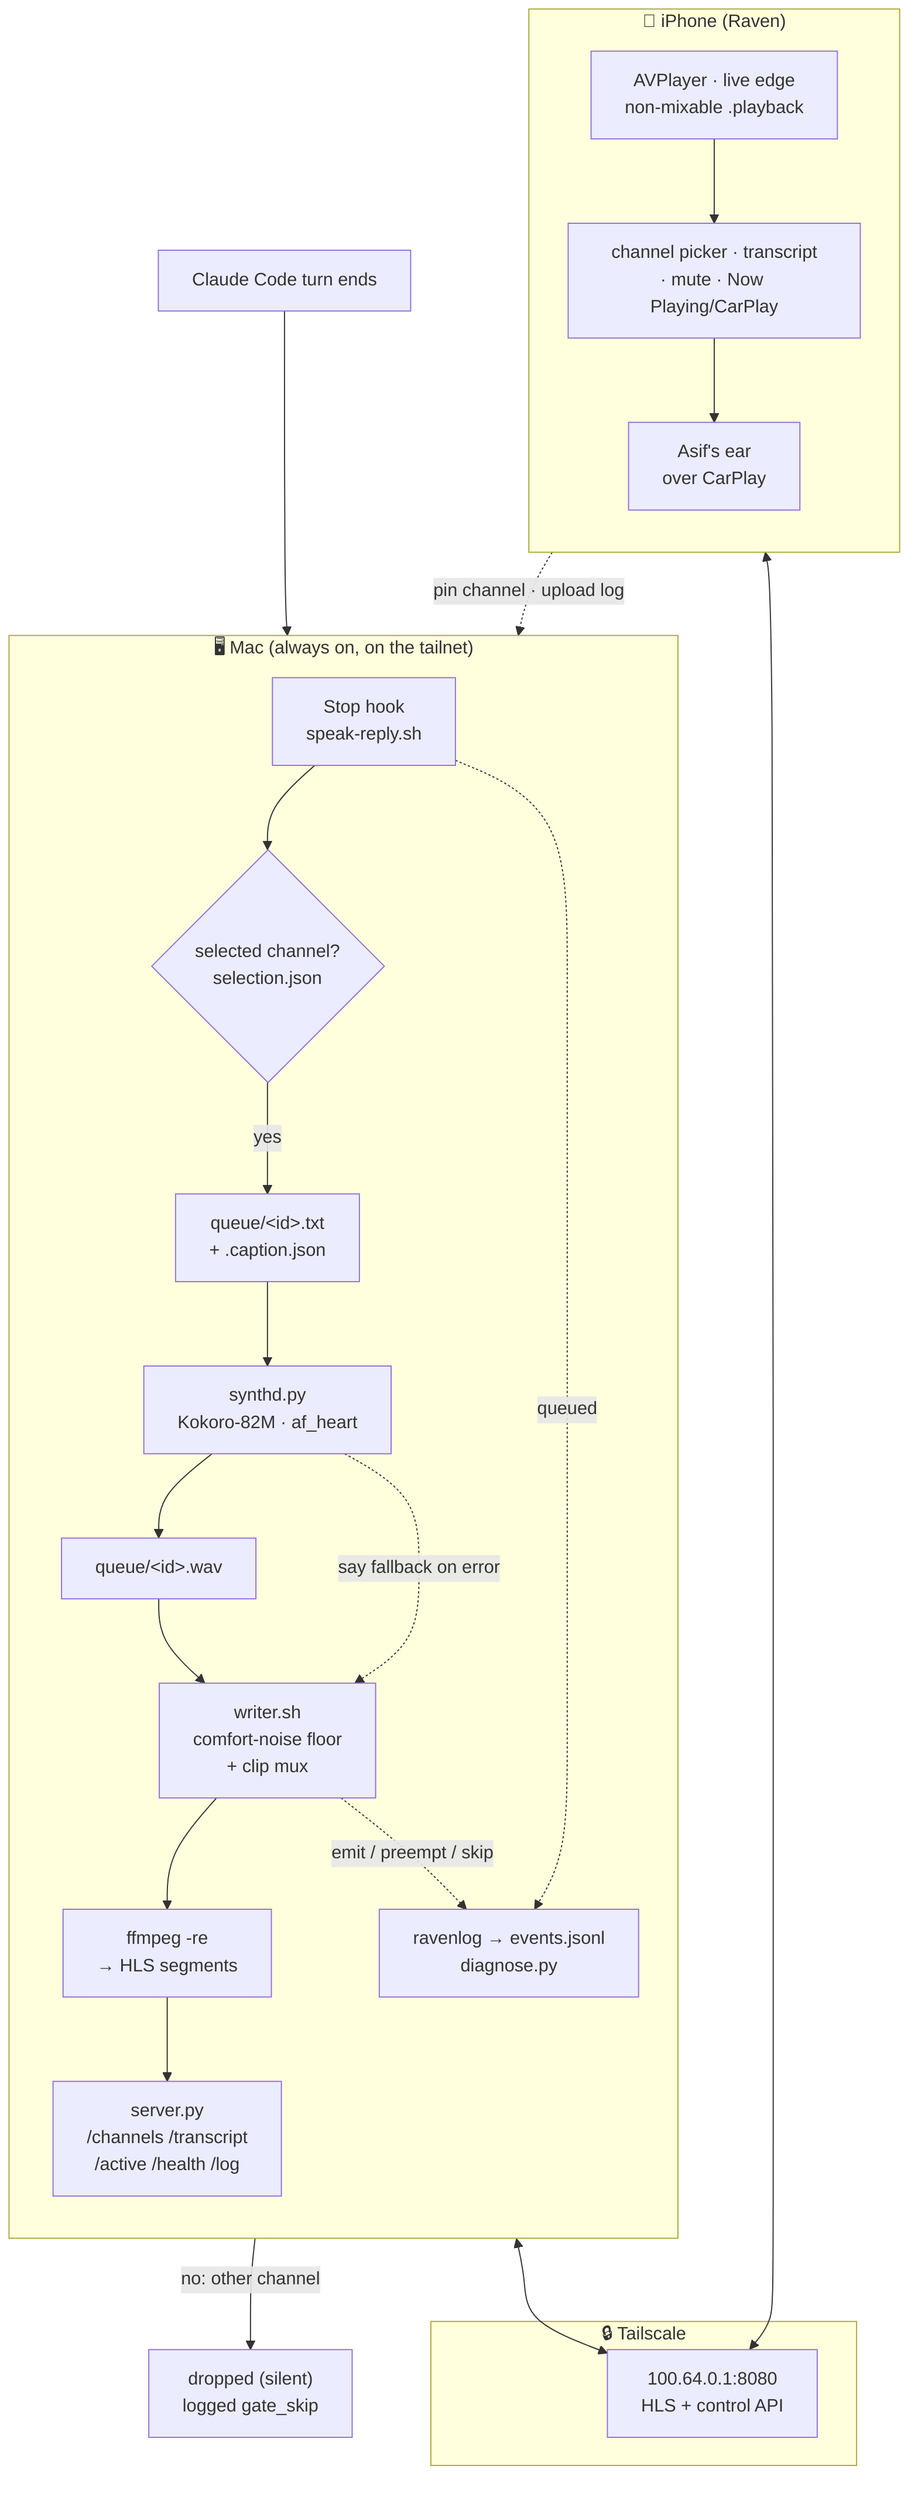
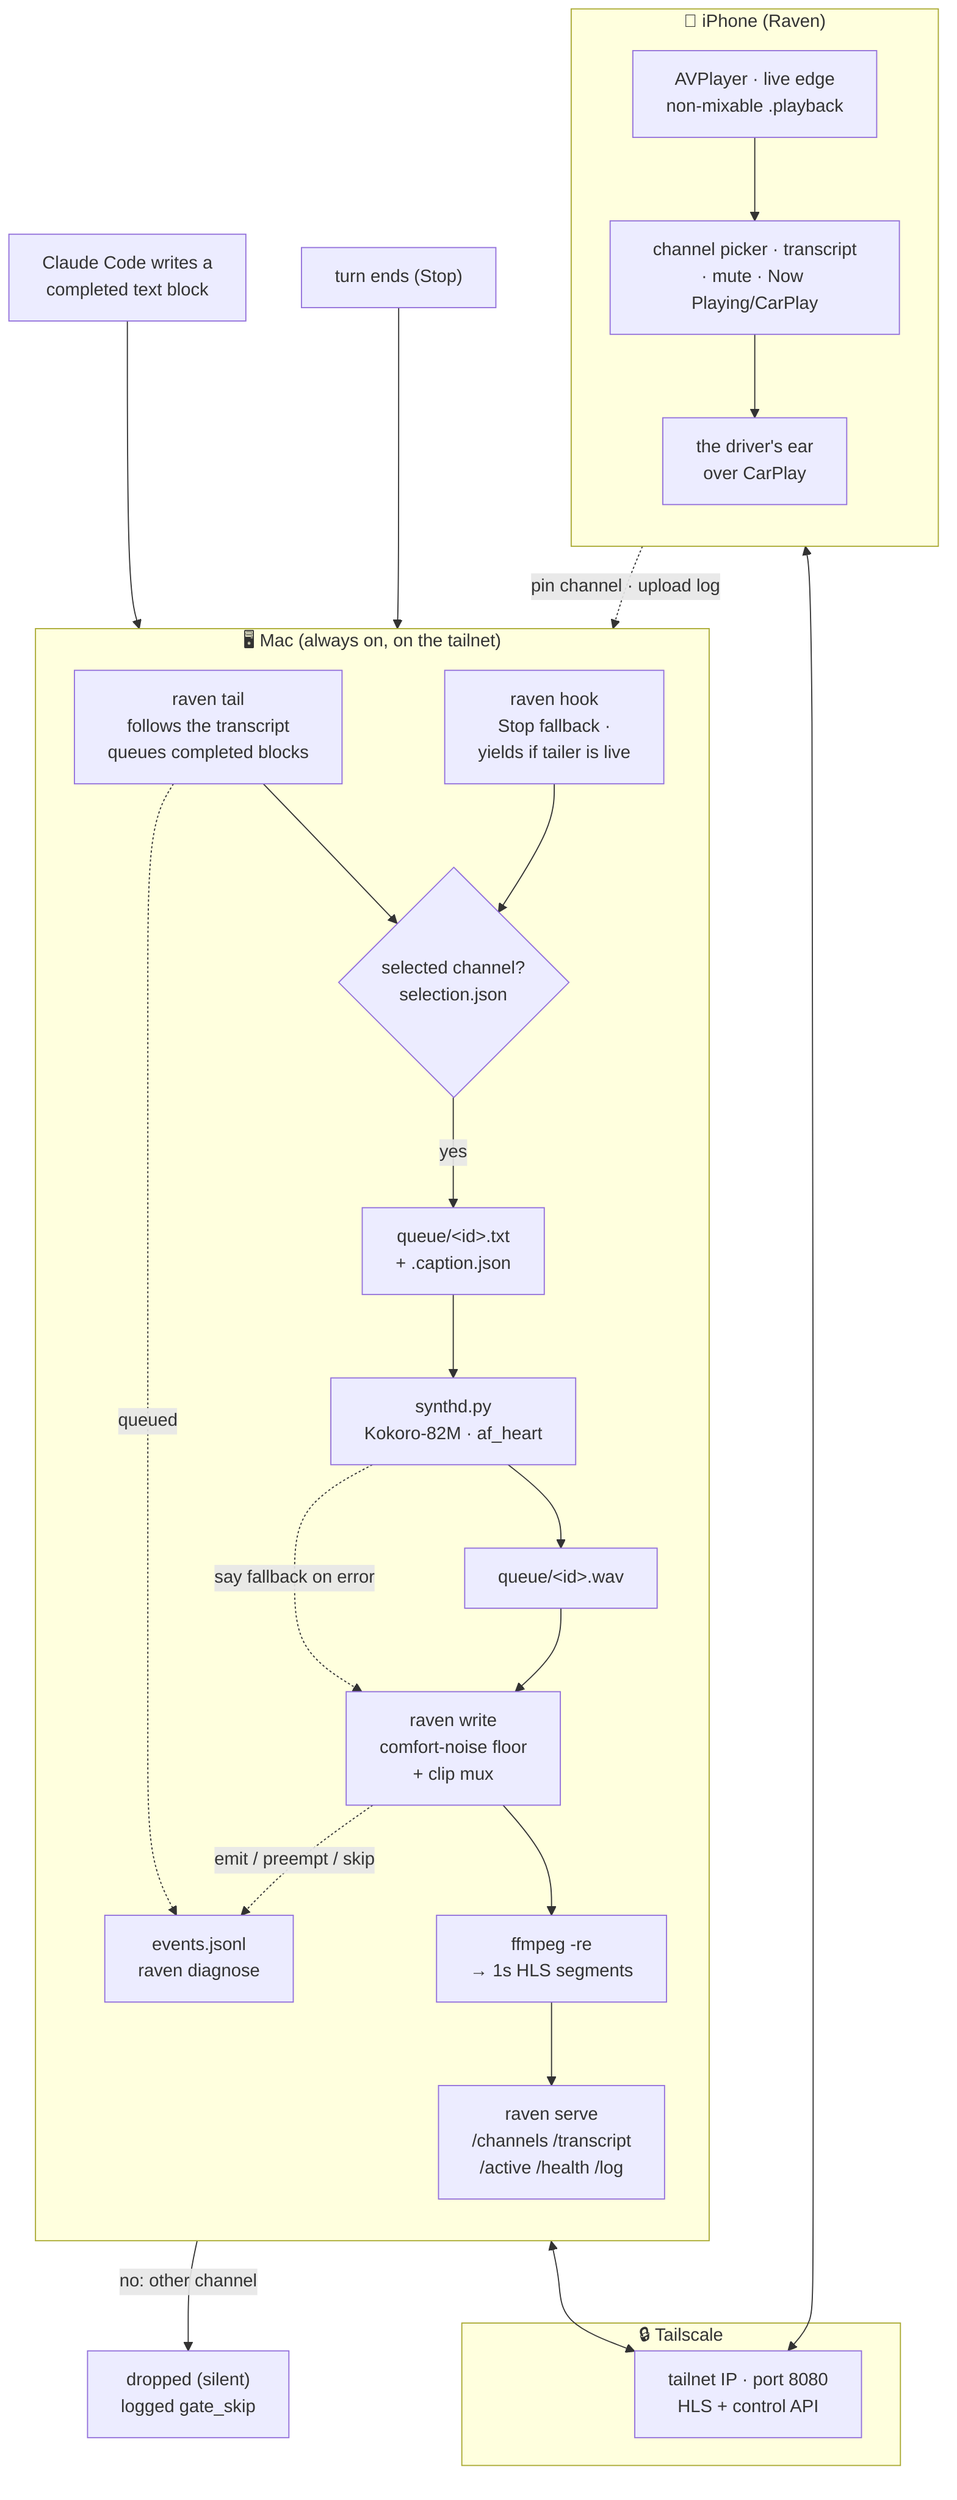
flowchart TB
  subgraph MAC["🖥️  Mac (always on, on the tailnet)"]
    direction TB
-     HOOK["Stop hook<br/>speak-reply.sh"]:::start
+     TAIL["raven tail<br/>follows the transcript<br/>queues completed blocks"]:::start
+     HOOK["raven hook<br/>Stop fallback ·<br/>yields if tailer is live"]
    GATE{"selected channel?<br/>selection.json"}:::decide
    QUEUE["queue/&lt;id&gt;.txt<br/>+ .caption.json"]
    SYN["synthd.py<br/>Kokoro-82M · af_heart"]:::work
    WAV["queue/&lt;id&gt;.wav"]
-     WRITER["writer.sh<br/>comfort-noise floor<br/>+ clip mux"]:::work
-     ENC["ffmpeg -re<br/>→ HLS segments"]
-     SRV["server.py<br/>/channels /transcript<br/>/active /health /log"]
-     LOG["ravenlog → events.jsonl<br/>diagnose.py"]
+     WRITER["raven write<br/>comfort-noise floor<br/>+ clip mux"]:::work
+     ENC["ffmpeg -re<br/>→ 1s HLS segments"]
+     SRV["raven serve<br/>/channels /transcript<br/>/active /health /log"]
+     LOG["events.jsonl<br/>raven diagnose"]
  end

  subgraph NET["🔒 Tailscale"]
-     TS["100.64.0.1:8080<br/>HLS + control API"]
+     TS["tailnet IP · port 8080<br/>HLS + control API"]
  end

  subgraph PHONE["📱 iPhone (Raven)"]
    direction TB
    AVP["AVPlayer · live edge<br/>non-mixable .playback"]:::work
    UI["channel picker · transcript<br/>· mute · Now Playing/CarPlay"]
-     EAR["Asif's ear<br/>over CarPlay"]:::done
+     EAR["the driver's ear<br/>over CarPlay"]:::done
  end

-   CC["Claude Code turn ends"]:::start --> HOOK
+   CC["Claude Code writes a<br/>completed text block"]:::start --> TAIL
+   FIN["turn ends (Stop)"]:::start --> HOOK
+   TAIL --> GATE
  HOOK --> GATE
  GATE -- "no: other channel" --> DROP["dropped (silent)<br/>logged gate_skip"]
  GATE -- "yes" --> QUEUE
  QUEUE --> SYN --> WAV --> WRITER --> ENC --> SRV
  SRV <--> TS <--> AVP
  AVP --> UI --> EAR
  SYN -. "say fallback on error" .-> WRITER
  WRITER -. "emit / preempt / skip" .-> LOG
-   HOOK -. "queued" .-> LOG
+   TAIL -. "queued" .-> LOG
  UI -. "pin channel · upload log" .-> SRV
